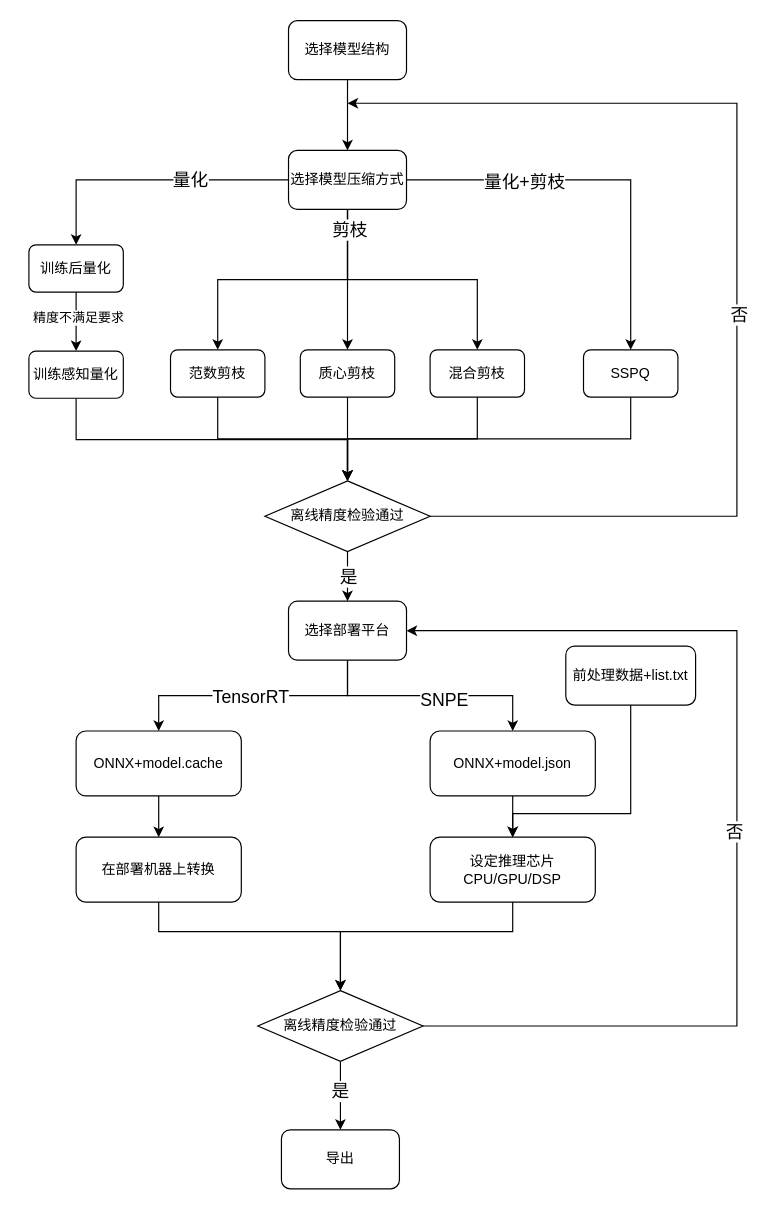
Earlier version of the draw.io diagram 工作流.drawio (JIANGBOFENG/MY_GIT_Repo). Source tidied: cells renumbered, new cells numbered last; positions are measured from the earlier drawing's top-left corner, leaving out a move shared by most shapes. Both pictures are drawn from the tidied source at 118%, with x=0, y=0 at pixel (28, 20).
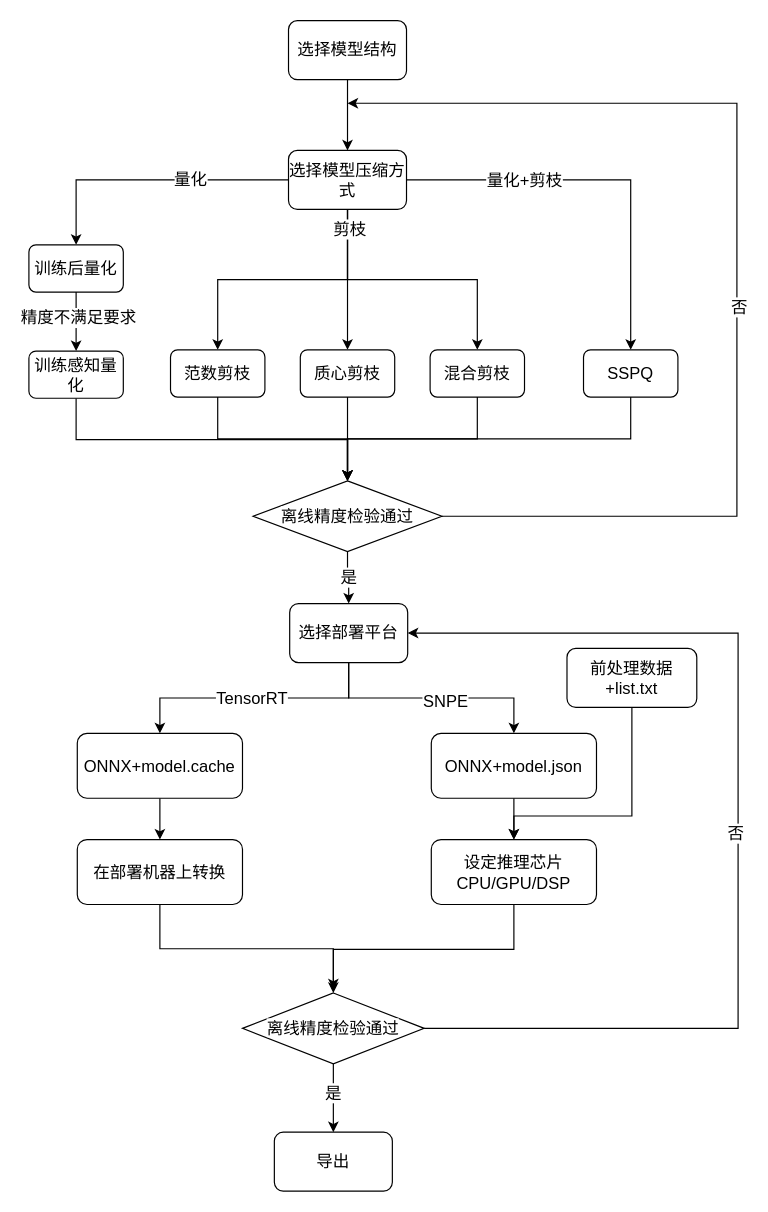
The same diagram, later.

Commit message (it also covers changes not shown here):
更新工作流.drawio

What changed in the source:
```diff
@@
-    <mxCell id="2" value="量化" style="edgeStyle=orthogonalEdgeStyle;rounded=0;jettySize=auto;html=1;entryX=0.5;entryY=0;entryDx=0;entryDy=0;fontSize=15;" parent="1" edge="1" source="9" target="12">
+    <mxCell id="2" value="量化" style="edgeStyle=orthogonalEdgeStyle;rounded=0;jettySize=auto;html=1;entryX=0.5;entryY=0;entryDx=0;entryDy=0;fontSize=14;" parent="1" edge="1" source="9" target="12">
       <mxGeometry x="-0.29" relative="1" as="geometry" />
     </mxCell>
-    <mxCell id="3" style="edgeStyle=orthogonalEdgeStyle;rounded=0;jettySize=auto;html=1;exitX=0.5;exitY=1;exitDx=0;exitDy=0;entryX=0.5;entryY=0;entryDx=0;entryDy=0;" parent="1" edge="1" source="9" target="18">
+    <mxCell id="3" style="edgeStyle=orthogonalEdgeStyle;rounded=0;jettySize=auto;html=1;exitX=0.5;exitY=1;exitDx=0;exitDy=0;entryX=0.5;entryY=0;entryDx=0;entryDy=0;fontSize=14;" parent="1" edge="1" source="9" target="18">
       <mxGeometry relative="1" as="geometry" />
     </mxCell>
-    <mxCell id="4" style="edgeStyle=orthogonalEdgeStyle;rounded=0;jettySize=auto;html=1;exitX=0.5;exitY=1;exitDx=0;exitDy=0;entryX=0.5;entryY=0;entryDx=0;entryDy=0;" parent="1" edge="1" source="9" target="22">
+    <mxCell id="4" style="edgeStyle=orthogonalEdgeStyle;rounded=0;jettySize=auto;html=1;exitX=0.5;exitY=1;exitDx=0;exitDy=0;entryX=0.5;entryY=0;entryDx=0;entryDy=0;fontSize=14;" parent="1" edge="1" source="9" target="22">
       <mxGeometry relative="1" as="geometry" />
     </mxCell>
-    <mxCell id="5" style="edgeStyle=orthogonalEdgeStyle;rounded=0;jettySize=auto;html=1;exitX=0.5;exitY=1;exitDx=0;exitDy=0;entryX=0.5;entryY=0;entryDx=0;entryDy=0;" parent="1" edge="1" source="9" target="20">
+    <mxCell id="5" style="edgeStyle=orthogonalEdgeStyle;rounded=0;jettySize=auto;html=1;exitX=0.5;exitY=1;exitDx=0;exitDy=0;entryX=0.5;entryY=0;entryDx=0;entryDy=0;fontSize=14;" parent="1" edge="1" source="9" target="20">
       <mxGeometry relative="1" as="geometry" />
     </mxCell>
-    <mxCell id="6" value="剪枝" style="edgeLabel;html=1;align=center;verticalAlign=middle;fontSize=15;" parent="5" vertex="1">
+    <mxCell id="6" value="剪枝" style="edgeLabel;html=1;align=center;verticalAlign=middle;fontSize=14;" parent="5" vertex="1">
       <mxGeometry x="-0.86" y="1" relative="1" as="geometry" />
     </mxCell>
-    <mxCell id="7" style="edgeStyle=orthogonalEdgeStyle;rounded=0;jettySize=auto;html=1;exitX=1;exitY=0.5;exitDx=0;exitDy=0;entryX=0.5;entryY=0;entryDx=0;entryDy=0;" parent="1" edge="1" source="9" target="24">
+    <mxCell id="7" style="edgeStyle=orthogonalEdgeStyle;rounded=0;jettySize=auto;html=1;exitX=1;exitY=0.5;exitDx=0;exitDy=0;entryX=0.5;entryY=0;entryDx=0;entryDy=0;fontSize=14;" parent="1" edge="1" source="9" target="24">
       <mxGeometry relative="1" as="geometry" />
     </mxCell>
-    <mxCell id="8" value="量化+剪枝" style="edgeLabel;html=1;align=center;verticalAlign=middle;fontSize=15;" parent="7" vertex="1">
+    <mxCell id="8" value="量化+剪枝" style="edgeLabel;html=1;align=center;verticalAlign=middle;fontSize=14;" parent="7" vertex="1">
       <mxGeometry x="-0.13" y="-3" relative="1" as="geometry">
         <mxPoint x="-46" y="-3" as="offset" />
       </mxGeometry>
     </mxCell>
-    <mxCell id="9" value="选择模型压缩方式" style="rounded=1;whiteSpace=wrap;html=1;" parent="1" vertex="1">
+    <mxCell id="9" value="选择模型压缩方式" style="rounded=1;whiteSpace=wrap;html=1;fontSize=14;" parent="1" vertex="1">
       <mxGeometry x="220" y="110" width="100" height="50" as="geometry" />
     </mxCell>
-    <mxCell id="10" style="edgeStyle=orthogonalEdgeStyle;rounded=0;jettySize=auto;html=1;" parent="1" edge="1" source="12" target="14">
+    <mxCell id="10" style="edgeStyle=orthogonalEdgeStyle;rounded=0;jettySize=auto;html=1;fontSize=14;" parent="1" edge="1" source="12" target="14">
       <mxGeometry relative="1" as="geometry" />
     </mxCell>
-    <mxCell id="11" value="精度不满足要求" style="edgeLabel;html=1;align=center;verticalAlign=middle;" parent="10" vertex="1">
+    <mxCell id="11" value="精度不满足要求" style="edgeLabel;html=1;align=center;verticalAlign=middle;fontSize=14;" parent="10" vertex="1">
       <mxGeometry x="-0.18" y="1" relative="1" as="geometry" />
     </mxCell>
-    <mxCell id="12" value="训练后量化" style="rounded=1;whiteSpace=wrap;html=1;" parent="1" vertex="1">
+    <mxCell id="12" value="训练后量化" style="rounded=1;whiteSpace=wrap;html=1;fontSize=14;" parent="1" vertex="1">
       <mxGeometry y="190" width="80" height="40" as="geometry" />
     </mxCell>
-    <mxCell id="13" style="edgeStyle=orthogonalEdgeStyle;rounded=0;jettySize=auto;html=1;exitX=0.5;exitY=1;exitDx=0;exitDy=0;entryX=0.5;entryY=0;entryDx=0;entryDy=0;" parent="1" edge="1" source="14" target="44">
+    <mxCell id="13" style="edgeStyle=orthogonalEdgeStyle;rounded=0;jettySize=auto;html=1;exitX=0.5;exitY=1;exitDx=0;exitDy=0;entryX=0.5;entryY=0;entryDx=0;entryDy=0;fontSize=14;" parent="1" edge="1" source="14" target="44">
       <mxGeometry relative="1" as="geometry" />
     </mxCell>
-    <mxCell id="14" value="训练感知量化" style="rounded=1;whiteSpace=wrap;html=1;" parent="1" vertex="1">
+    <mxCell id="14" value="训练感知量化" style="rounded=1;whiteSpace=wrap;html=1;fontSize=14;" parent="1" vertex="1">
       <mxGeometry y="280" width="80" height="40" as="geometry" />
     </mxCell>
-    <mxCell id="15" style="edgeStyle=orthogonalEdgeStyle;rounded=0;jettySize=auto;html=1;entryX=0.5;entryY=0;entryDx=0;entryDy=0;" parent="1" edge="1" source="16" target="9">
+    <mxCell id="15" style="edgeStyle=orthogonalEdgeStyle;rounded=0;jettySize=auto;html=1;entryX=0.5;entryY=0;entryDx=0;entryDy=0;fontSize=14;" parent="1" edge="1" source="16" target="9">
       <mxGeometry relative="1" as="geometry" />
     </mxCell>
-    <mxCell id="16" value="选择模型结构" style="rounded=1;whiteSpace=wrap;html=1;" parent="1" vertex="1">
+    <mxCell id="16" value="选择模型结构" style="rounded=1;whiteSpace=wrap;html=1;fontSize=14;" parent="1" vertex="1">
       <mxGeometry x="220" width="100" height="50" as="geometry" />
     </mxCell>
-    <mxCell id="17" style="edgeStyle=orthogonalEdgeStyle;rounded=0;jettySize=auto;html=1;exitX=0.5;exitY=1;exitDx=0;exitDy=0;entryX=0.5;entryY=0;entryDx=0;entryDy=0;" parent="1" edge="1" source="18" target="44">
+    <mxCell id="17" style="edgeStyle=orthogonalEdgeStyle;rounded=0;jettySize=auto;html=1;exitX=0.5;exitY=1;exitDx=0;exitDy=0;entryX=0.5;entryY=0;entryDx=0;entryDy=0;fontSize=14;" parent="1" edge="1" source="18" target="44">
       <mxGeometry relative="1" as="geometry" />
     </mxCell>
-    <mxCell id="18" value="范数剪枝" style="rounded=1;whiteSpace=wrap;html=1;" parent="1" vertex="1">
+    <mxCell id="18" value="范数剪枝" style="rounded=1;whiteSpace=wrap;html=1;fontSize=14;" parent="1" vertex="1">
       <mxGeometry x="120" y="279" width="80" height="40" as="geometry" />
     </mxCell>
-    <mxCell id="19" style="edgeStyle=orthogonalEdgeStyle;rounded=0;jettySize=auto;html=1;exitX=0.5;exitY=1;exitDx=0;exitDy=0;entryX=0.5;entryY=0;entryDx=0;entryDy=0;" parent="1" edge="1" source="20" target="44">
+    <mxCell id="19" style="edgeStyle=orthogonalEdgeStyle;rounded=0;jettySize=auto;html=1;exitX=0.5;exitY=1;exitDx=0;exitDy=0;entryX=0.5;entryY=0;entryDx=0;entryDy=0;fontSize=14;" parent="1" edge="1" source="20" target="44">
       <mxGeometry relative="1" as="geometry" />
     </mxCell>
-    <mxCell id="20" value="混合剪枝" style="rounded=1;whiteSpace=wrap;html=1;" parent="1" vertex="1">
+    <mxCell id="20" value="混合剪枝" style="rounded=1;whiteSpace=wrap;html=1;fontSize=14;" parent="1" vertex="1">
       <mxGeometry x="340" y="279" width="80" height="40" as="geometry" />
     </mxCell>
-    <mxCell id="21" style="edgeStyle=orthogonalEdgeStyle;rounded=0;jettySize=auto;html=1;exitX=0.5;exitY=1;exitDx=0;exitDy=0;entryX=0.5;entryY=0;entryDx=0;entryDy=0;" parent="1" edge="1" source="22" target="44">
+    <mxCell id="21" style="edgeStyle=orthogonalEdgeStyle;rounded=0;jettySize=auto;html=1;exitX=0.5;exitY=1;exitDx=0;exitDy=0;entryX=0.5;entryY=0;entryDx=0;entryDy=0;fontSize=14;" parent="1" edge="1" source="22" target="44">
       <mxGeometry relative="1" as="geometry" />
     </mxCell>
-    <mxCell id="22" value="质心剪枝" style="rounded=1;whiteSpace=wrap;html=1;" parent="1" vertex="1">
+    <mxCell id="22" value="质心剪枝" style="rounded=1;whiteSpace=wrap;html=1;fontSize=14;" parent="1" vertex="1">
       <mxGeometry x="230" y="279" width="80" height="40" as="geometry" />
     </mxCell>
-    <mxCell id="23" style="edgeStyle=orthogonalEdgeStyle;rounded=0;jettySize=auto;html=1;exitX=0.5;exitY=1;exitDx=0;exitDy=0;entryX=0.5;entryY=0;entryDx=0;entryDy=0;" parent="1" edge="1" source="24" target="44">
+    <mxCell id="23" style="edgeStyle=orthogonalEdgeStyle;rounded=0;jettySize=auto;html=1;exitX=0.5;exitY=1;exitDx=0;exitDy=0;entryX=0.5;entryY=0;entryDx=0;entryDy=0;fontSize=14;" parent="1" edge="1" source="24" target="44">
       <mxGeometry relative="1" as="geometry" />
     </mxCell>
-    <mxCell id="24" value="SSPQ" style="rounded=1;whiteSpace=wrap;html=1;" parent="1" vertex="1">
+    <mxCell id="24" value="SSPQ" style="rounded=1;whiteSpace=wrap;html=1;fontSize=14;" parent="1" vertex="1">
       <mxGeometry x="470" y="279" width="80" height="40" as="geometry" />
     </mxCell>
-    <mxCell id="25" style="edgeStyle=orthogonalEdgeStyle;rounded=0;jettySize=auto;html=1;exitX=0.5;exitY=1;exitDx=0;exitDy=0;entryX=0.5;entryY=0;entryDx=0;entryDy=0;" parent="1" edge="1" source="29" target="31">
+    <mxCell id="25" style="edgeStyle=orthogonalEdgeStyle;rounded=0;jettySize=auto;html=1;exitX=0.5;exitY=1;exitDx=0;exitDy=0;entryX=0.5;entryY=0;entryDx=0;entryDy=0;fontSize=14;" parent="1" edge="1" source="29" target="31">
       <mxGeometry relative="1" as="geometry" />
     </mxCell>
-    <mxCell id="26" value="TensorRT" style="edgeLabel;html=1;align=center;verticalAlign=middle;fontSize=15;" parent="25" vertex="1">
+    <mxCell id="26" value="TensorRT" style="edgeLabel;html=1;align=center;verticalAlign=middle;fontSize=14;" parent="25" vertex="1">
       <mxGeometry x="0.03" relative="1" as="geometry" />
     </mxCell>
-    <mxCell id="27" style="edgeStyle=orthogonalEdgeStyle;rounded=0;jettySize=auto;html=1;exitX=0.5;exitY=1;exitDx=0;exitDy=0;entryX=0.5;entryY=0;entryDx=0;entryDy=0;" parent="1" edge="1" source="29" target="33">
+    <mxCell id="27" style="edgeStyle=orthogonalEdgeStyle;rounded=0;jettySize=auto;html=1;exitX=0.5;exitY=1;exitDx=0;exitDy=0;entryX=0.5;entryY=0;entryDx=0;entryDy=0;fontSize=14;" parent="1" edge="1" source="29" target="33">
       <mxGeometry relative="1" as="geometry" />
     </mxCell>
-    <mxCell id="28" value="SNPE" style="edgeLabel;html=1;align=center;verticalAlign=middle;fontSize=15;" parent="27" vertex="1">
+    <mxCell id="28" value="SNPE" style="edgeLabel;html=1;align=center;verticalAlign=middle;fontSize=14;" parent="27" vertex="1">
       <mxGeometry x="0.11" y="-2" relative="1" as="geometry" />
     </mxCell>
-    <mxCell id="29" value="选择部署平台" style="rounded=1;whiteSpace=wrap;html=1;" parent="1" vertex="1">
-      <mxGeometry x="220" y="492" width="100" height="50" as="geometry" />
+    <mxCell id="29" value="选择部署平台" style="rounded=1;whiteSpace=wrap;html=1;fontSize=14;" parent="1" vertex="1">
+      <mxGeometry x="221" y="494" width="100" height="50" as="geometry" />
     </mxCell>
-    <mxCell id="30" style="edgeStyle=orthogonalEdgeStyle;rounded=0;jettySize=auto;html=1;exitX=0.5;exitY=1;exitDx=0;exitDy=0;" parent="1" edge="1" source="31" target="37">
+    <mxCell id="30" style="edgeStyle=orthogonalEdgeStyle;rounded=0;jettySize=auto;html=1;exitX=0.5;exitY=1;exitDx=0;exitDy=0;fontSize=14;" parent="1" edge="1" source="31" target="37">
       <mxGeometry relative="1" as="geometry" />
     </mxCell>
-    <mxCell id="31" value="ONNX+model.cache" style="rounded=1;whiteSpace=wrap;html=1;" parent="1" vertex="1">
-      <mxGeometry x="40" y="602" width="140" height="55" as="geometry" />
+    <mxCell id="31" value="ONNX+model.cache" style="rounded=1;whiteSpace=wrap;html=1;fontSize=14;" parent="1" vertex="1">
+      <mxGeometry x="41" y="604" width="140" height="55" as="geometry" />
     </mxCell>
-    <mxCell id="32" style="edgeStyle=orthogonalEdgeStyle;rounded=0;jettySize=auto;html=1;exitX=0.5;exitY=1;exitDx=0;exitDy=0;entryX=0.5;entryY=0;entryDx=0;entryDy=0;" parent="1" edge="1" source="33" target="39">
+    <mxCell id="32" style="edgeStyle=orthogonalEdgeStyle;rounded=0;jettySize=auto;html=1;exitX=0.5;exitY=1;exitDx=0;exitDy=0;entryX=0.5;entryY=0;entryDx=0;entryDy=0;fontSize=14;" parent="1" edge="1" source="33" target="39">
       <mxGeometry relative="1" as="geometry" />
     </mxCell>
-    <mxCell id="33" value="ONNX+model.json" style="rounded=1;whiteSpace=wrap;html=1;" parent="1" vertex="1">
-      <mxGeometry x="340" y="602" width="140" height="55" as="geometry" />
+    <mxCell id="33" value="ONNX+model.json" style="rounded=1;whiteSpace=wrap;html=1;fontSize=14;" parent="1" vertex="1">
+      <mxGeometry x="341" y="604" width="140" height="55" as="geometry" />
     </mxCell>
-    <mxCell id="34" style="edgeStyle=orthogonalEdgeStyle;rounded=0;jettySize=auto;html=1;entryX=0.5;entryY=0;entryDx=0;entryDy=0;" parent="1" edge="1" source="35" target="39">
+    <mxCell id="34" style="edgeStyle=orthogonalEdgeStyle;rounded=0;jettySize=auto;html=1;entryX=0.5;entryY=0;entryDx=0;entryDy=0;fontSize=14;" parent="1" edge="1" source="35" target="39">
       <mxGeometry relative="1" as="geometry">
         <Array as="points">
-          <mxPoint x="510" y="672" />
-          <mxPoint x="410" y="672" />
+          <mxPoint x="511" y="674" />
+          <mxPoint x="411" y="674" />
         </Array>
       </mxGeometry>
     </mxCell>
-    <mxCell id="35" value="前处理数据+list.txt" style="rounded=1;whiteSpace=wrap;html=1;" parent="1" vertex="1">
-      <mxGeometry x="455" y="530" width="110" height="50" as="geometry" />
+    <mxCell id="35" value="前处理数据+list.txt" style="rounded=1;whiteSpace=wrap;html=1;fontSize=14;" parent="1" vertex="1">
+      <mxGeometry x="456" y="532" width="110" height="50" as="geometry" />
     </mxCell>
     <mxCell id="36" style="edgeStyle=orthogonalEdgeStyle;rounded=0;jettySize=auto;html=1;exitX=0.5;exitY=1;exitDx=0;exitDy=0;entryX=0.5;entryY=0;entryDx=0;entryDy=0;" parent="1" edge="1" source="37" target="49">
-      <mxGeometry relative="1" as="geometry">
-        <Array as="points">
-          <mxPoint x="110" y="772" />
-          <mxPoint x="264" y="772" />
-        </Array>
-      </mxGeometry>
+      <mxGeometry relative="1" as="geometry" />
     </mxCell>
-    <mxCell id="37" value="在部署机器上转换" style="rounded=1;whiteSpace=wrap;html=1;" parent="1" vertex="1">
-      <mxGeometry x="40" y="692" width="140" height="55" as="geometry" />
+    <mxCell id="37" value="在部署机器上转换" style="rounded=1;whiteSpace=wrap;html=1;fontSize=14;" parent="1" vertex="1">
+      <mxGeometry x="41" y="694" width="140" height="55" as="geometry" />
     </mxCell>
-    <mxCell id="38" style="edgeStyle=orthogonalEdgeStyle;rounded=0;jettySize=auto;html=1;exitX=0.5;exitY=1;exitDx=0;exitDy=0;entryX=0.5;entryY=0;entryDx=0;entryDy=0;" parent="1" edge="1" source="39" target="49">
+    <mxCell id="38" style="edgeStyle=orthogonalEdgeStyle;rounded=0;orthogonalLoop=1;jettySize=auto;html=1;exitX=0.5;exitY=1;exitDx=0;exitDy=0;entryX=0.5;entryY=0;entryDx=0;entryDy=0;fontSize=14;" parent="1" edge="1">
       <mxGeometry relative="1" as="geometry">
+        <mxPoint x="411" y="746" as="sourcePoint" />
+        <mxPoint x="258" y="821" as="targetPoint" />
         <Array as="points">
-          <mxPoint x="410" y="772" />
-          <mxPoint x="264" y="772" />
+          <mxPoint x="411" y="787" />
+          <mxPoint x="258" y="787" />
         </Array>
       </mxGeometry>
     </mxCell>
-    <mxCell id="39" value="设定推理芯片&lt;br&gt;CPU/GPU/DSP" style="rounded=1;whiteSpace=wrap;html=1;" parent="1" vertex="1">
-      <mxGeometry x="340" y="692" width="140" height="55" as="geometry" />
+    <mxCell id="39" value="设定推理芯片&lt;br style=&quot;font-size: 14px;&quot;&gt;CPU/GPU/DSP" style="rounded=1;whiteSpace=wrap;html=1;fontSize=14;" parent="1" vertex="1">
+      <mxGeometry x="341" y="694" width="140" height="55" as="geometry" />
     </mxCell>
-    <mxCell id="40" style="edgeStyle=orthogonalEdgeStyle;rounded=0;jettySize=auto;html=1;exitX=0.5;exitY=1;exitDx=0;exitDy=0;entryX=0.5;entryY=0;entryDx=0;entryDy=0;" parent="1" edge="1" source="44" target="29">
+    <mxCell id="40" style="edgeStyle=orthogonalEdgeStyle;rounded=0;jettySize=auto;html=1;exitX=0.5;exitY=1;exitDx=0;exitDy=0;entryX=0.5;entryY=0;entryDx=0;entryDy=0;fontSize=14;" parent="1" edge="1" source="44" target="29">
       <mxGeometry relative="1" as="geometry" />
     </mxCell>
-    <mxCell id="41" value="是" style="edgeLabel;html=1;align=center;verticalAlign=middle;fontSize=15;" parent="40" vertex="1">
+    <mxCell id="41" value="是" style="edgeLabel;html=1;align=center;verticalAlign=middle;fontSize=14;" parent="40" vertex="1">
       <mxGeometry x="-0.42" y="3" relative="1" as="geometry">
         <mxPoint x="-3" y="8" as="offset" />
       </mxGeometry>
     </mxCell>
-    <mxCell id="42" style="edgeStyle=orthogonalEdgeStyle;rounded=0;jettySize=auto;html=1;exitX=1;exitY=0.5;exitDx=0;exitDy=0;" parent="1" edge="1" source="44">
+    <mxCell id="42" style="edgeStyle=orthogonalEdgeStyle;rounded=0;jettySize=auto;html=1;exitX=1;exitY=0.5;exitDx=0;exitDy=0;fontSize=14;" parent="1" edge="1" source="44">
       <mxGeometry relative="1" as="geometry">
         <mxPoint x="270" y="70" as="targetPoint" />
         <Array as="points">
           <mxPoint x="600" y="420" />
           <mxPoint x="600" y="70" />
         </Array>
       </mxGeometry>
     </mxCell>
-    <mxCell id="43" value="否" style="edgeLabel;html=1;align=center;verticalAlign=middle;fontSize=15;" parent="42" vertex="1">
+    <mxCell id="43" value="否" style="edgeLabel;html=1;align=center;verticalAlign=middle;fontSize=14;" parent="42" vertex="1">
       <mxGeometry x="-0.08" y="-1" relative="1" as="geometry" />
     </mxCell>
-    <mxCell id="44" value="&lt;font style=&quot;font-size: 12px;&quot;&gt;&lt;span style=&quot;color: rgb(0, 0, 0); font-family: Helvetica; font-style: normal; font-variant-ligatures: normal; font-variant-caps: normal; font-weight: 400; letter-spacing: normal; orphans: 2; text-align: center; text-indent: 0px; text-transform: none; widows: 2; word-spacing: 0px; -webkit-text-stroke-width: 0px; background-color: rgb(255, 255, 255); text-decoration-thickness: initial; text-decoration-style: initial; text-decoration-color: initial; float: none; display: inline !important;&quot;&gt;离线精度检验通过&lt;/span&gt;&lt;br&gt;&lt;/font&gt;" style="rhombus;whiteSpace=wrap;html=1;" parent="1" vertex="1">
-      <mxGeometry x="200" y="390" width="140" height="60" as="geometry" />
+    <mxCell id="44" value="&lt;font style=&quot;font-size: 14px;&quot;&gt;&lt;span style=&quot;color: rgb(0, 0, 0); font-family: Helvetica; font-style: normal; font-variant-ligatures: normal; font-variant-caps: normal; font-weight: 400; letter-spacing: normal; orphans: 2; text-align: center; text-indent: 0px; text-transform: none; widows: 2; word-spacing: 0px; -webkit-text-stroke-width: 0px; background-color: rgb(255, 255, 255); text-decoration-thickness: initial; text-decoration-style: initial; text-decoration-color: initial; float: none; font-size: 14px; display: inline !important;&quot;&gt;离线精度检验通过&lt;/span&gt;&lt;br style=&quot;font-size: 14px;&quot;&gt;&lt;/font&gt;" style="rhombus;whiteSpace=wrap;html=1;fontSize=14;" parent="1" vertex="1">
+      <mxGeometry x="190" y="390" width="160" height="60" as="geometry" />
     </mxCell>
-    <mxCell id="45" style="edgeStyle=orthogonalEdgeStyle;rounded=0;jettySize=auto;html=1;exitX=0.5;exitY=1;exitDx=0;exitDy=0;entryX=0.5;entryY=0;entryDx=0;entryDy=0;" parent="1" edge="1" source="49" target="50">
+    <mxCell id="45" style="edgeStyle=orthogonalEdgeStyle;rounded=0;jettySize=auto;html=1;exitX=0.5;exitY=1;exitDx=0;exitDy=0;entryX=0.5;entryY=0;entryDx=0;entryDy=0;fontSize=14;" parent="1" edge="1" source="49" target="50">
       <mxGeometry relative="1" as="geometry" />
     </mxCell>
-    <mxCell id="46" value="是" style="edgeLabel;html=1;align=center;verticalAlign=middle;fontSize=15;" parent="45" vertex="1">
+    <mxCell id="46" value="是" style="edgeLabel;html=1;align=center;verticalAlign=middle;fontSize=14;" parent="45" vertex="1">
       <mxGeometry x="-0.17" y="-1" relative="1" as="geometry" />
     </mxCell>
-    <mxCell id="47" style="edgeStyle=orthogonalEdgeStyle;rounded=0;jettySize=auto;html=1;exitX=1;exitY=0.5;exitDx=0;exitDy=0;entryX=1;entryY=0.5;entryDx=0;entryDy=0;" parent="1" edge="1" source="49" target="29">
+    <mxCell id="47" style="edgeStyle=orthogonalEdgeStyle;rounded=0;jettySize=auto;html=1;exitX=1;exitY=0.5;exitDx=0;exitDy=0;entryX=1;entryY=0.5;entryDx=0;entryDy=0;fontSize=14;" parent="1" edge="1" source="49" target="29">
       <mxGeometry relative="1" as="geometry">
         <Array as="points">
-          <mxPoint x="600" y="852" />
-          <mxPoint x="600" y="517" />
+          <mxPoint x="601" y="854" />
+          <mxPoint x="601" y="519" />
         </Array>
       </mxGeometry>
     </mxCell>
-    <mxCell id="48" value="&lt;font style=&quot;font-size: 15px;&quot;&gt;否&lt;/font&gt;" style="edgeLabel;html=1;align=center;verticalAlign=middle;" parent="47" vertex="1">
+    <mxCell id="48" value="&lt;font style=&quot;font-size: 14px;&quot;&gt;否&lt;/font&gt;" style="edgeLabel;html=1;align=center;verticalAlign=middle;fontSize=14;" parent="47" vertex="1">
       <mxGeometry x="-0.02" y="3" relative="1" as="geometry" />
     </mxCell>
-    <mxCell id="49" value="&lt;font style=&quot;font-size: 12px;&quot;&gt;&lt;span style=&quot;color: rgb(0, 0, 0); font-family: Helvetica; font-style: normal; font-variant-ligatures: normal; font-variant-caps: normal; font-weight: 400; letter-spacing: normal; orphans: 2; text-align: center; text-indent: 0px; text-transform: none; widows: 2; word-spacing: 0px; -webkit-text-stroke-width: 0px; background-color: rgb(255, 255, 255); text-decoration-thickness: initial; text-decoration-style: initial; text-decoration-color: initial; float: none; display: inline !important;&quot;&gt;离线精度检验通过&lt;/span&gt;&lt;br&gt;&lt;/font&gt;" style="rhombus;whiteSpace=wrap;html=1;" parent="1" vertex="1">
-      <mxGeometry x="194" y="822" width="140" height="60" as="geometry" />
+    <mxCell id="49" value="&lt;font style=&quot;font-size: 14px;&quot;&gt;&lt;span style=&quot;color: rgb(0, 0, 0); font-family: Helvetica; font-style: normal; font-variant-ligatures: normal; font-variant-caps: normal; font-weight: 400; letter-spacing: normal; orphans: 2; text-align: center; text-indent: 0px; text-transform: none; widows: 2; word-spacing: 0px; -webkit-text-stroke-width: 0px; background-color: rgb(255, 255, 255); text-decoration-thickness: initial; text-decoration-style: initial; text-decoration-color: initial; float: none; font-size: 14px; display: inline !important;&quot;&gt;离线精度检验通过&lt;/span&gt;&lt;br style=&quot;font-size: 14px;&quot;&gt;&lt;/font&gt;" style="rhombus;whiteSpace=wrap;html=1;fontSize=14;" parent="1" vertex="1">
+      <mxGeometry x="181" y="824" width="154" height="60" as="geometry" />
     </mxCell>
-    <mxCell id="50" value="导出" style="rounded=1;whiteSpace=wrap;html=1;" parent="1" vertex="1">
-      <mxGeometry x="214" y="940" width="100" height="50" as="geometry" />
+    <mxCell id="50" value="导出" style="rounded=1;whiteSpace=wrap;html=1;fontSize=14;" parent="1" vertex="1">
+      <mxGeometry x="208" y="942" width="100" height="50" as="geometry" />
     </mxCell>
```
